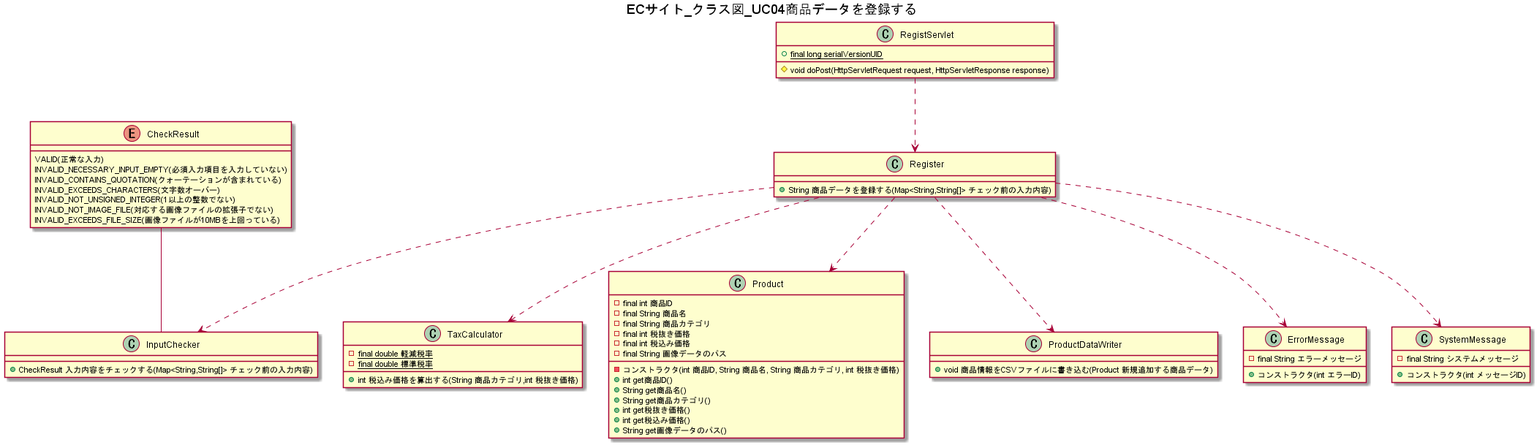
Earlier version of the PlantUML export UML/ECサイト_クラス図_UC04商品データを登録する.png (wnakayama/ojt_ecsite).
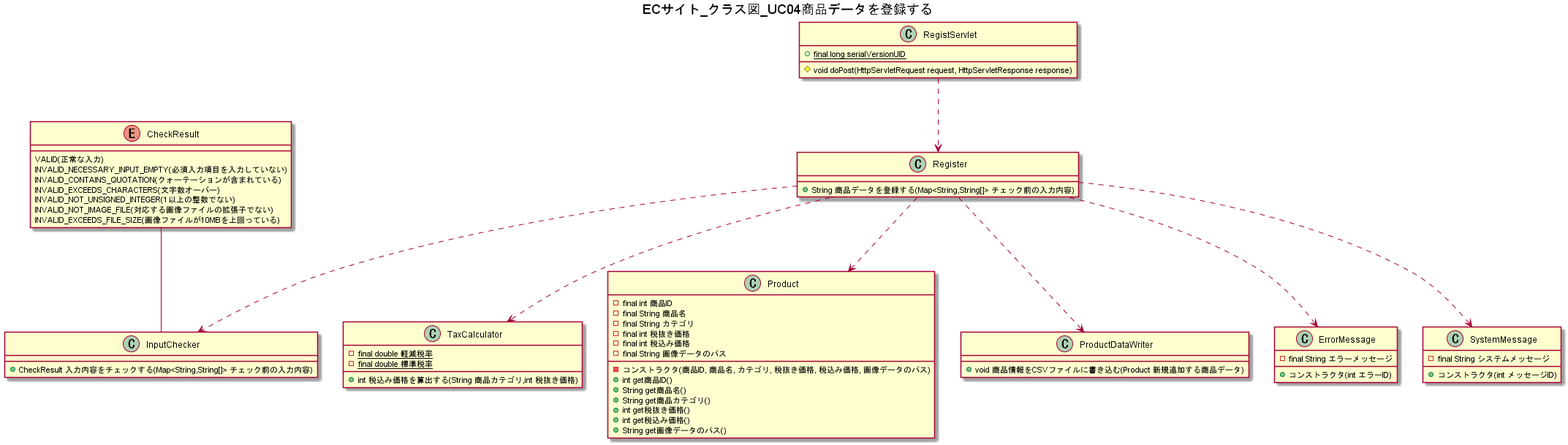
Above is the later version.

Diff of the diagram source:
```diff
@@ -40,11 +40,11 @@
 class Product {
     -final int 商品ID
     -final String 商品名
-    -final String 商品カテゴリ
+    -final String カテゴリ
     -final int 税抜き価格
     -final int 税込み価格
     -final String 画像データのパス
-    -コンストラクタ(int 商品ID, String 商品名, String 商品カテゴリ, int 税抜き価格)
+    -コンストラクタ(商品ID, 商品名, カテゴリ, 税抜き価格, 税込み価格, 画像データのパス)
     +int get商品ID()
     +String get商品名()
     +String get商品カテゴリ()
```
